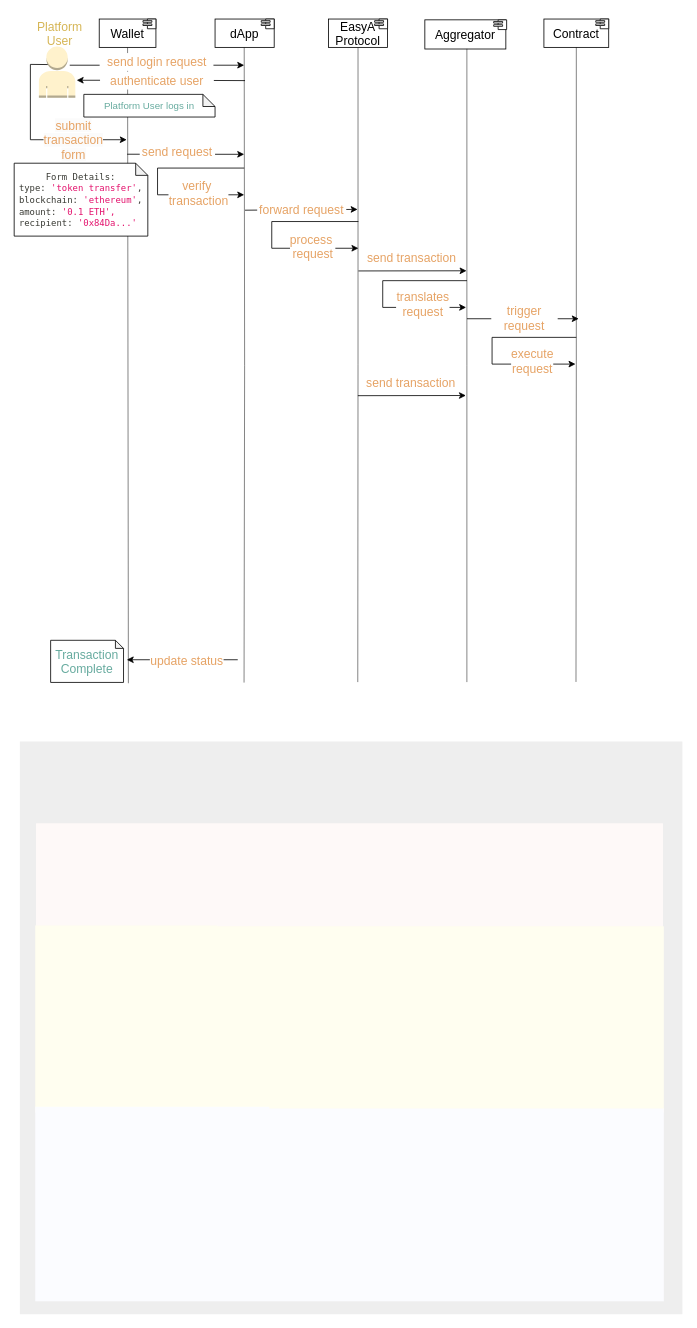
The draw.io diagram page "tnx" (5 of 6) of assets/easy-a-mechanism.drawio.drawio in dlt-science/EasyA-Whitepaper, before the edit. Source tidied: cells renumbered, new cells numbered last; positions are measured from the earlier drawing's top-left corner, leaving out a move shared by most shapes. Both pictures are drawn from the tidied source at 81%, with x=0, y=0 at pixel (14, 14).
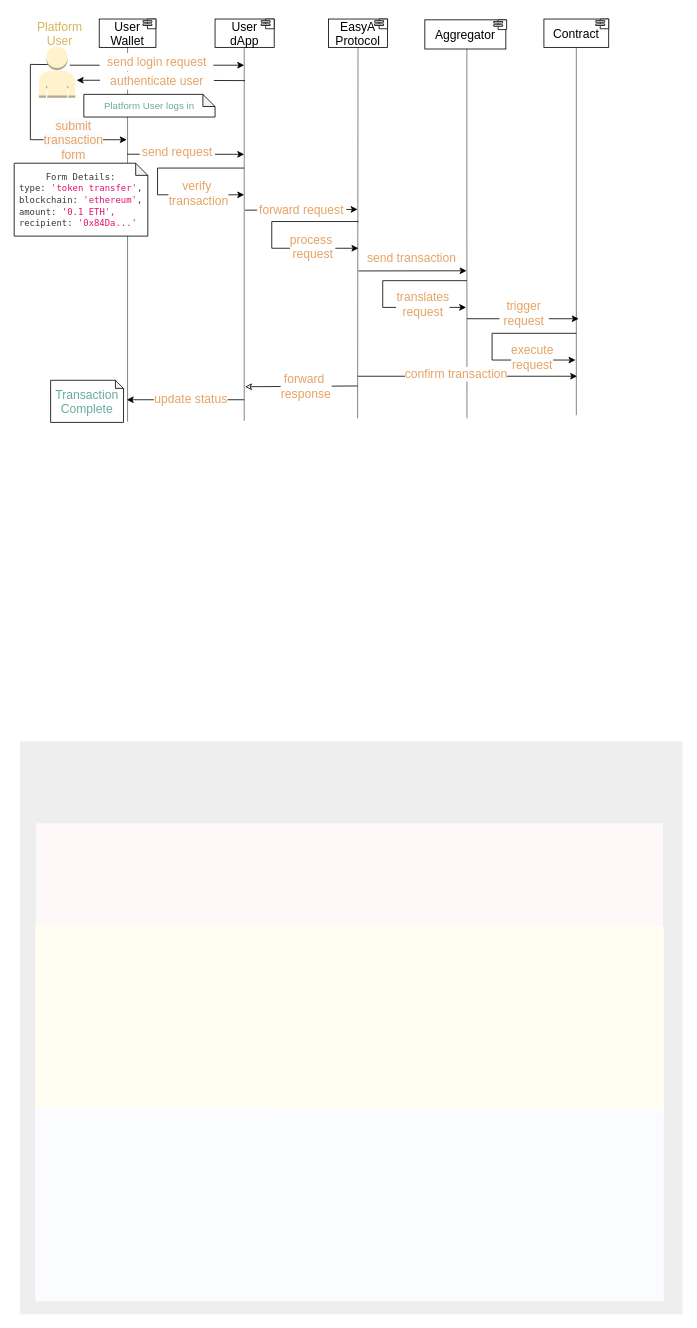
Above is the later version.

The change refers to these unchanged cells:
```xml
<mxCell id="2" value="&lt;div&gt;&lt;span style=&quot;font-size: 15px;&quot;&gt;Aggregator&lt;/span&gt;&lt;/div&gt;" style="rounded=0;whiteSpace=wrap;html=1;" parent="1" vertex="1">
  <mxGeometry x="507" y="7" width="100" height="36" as="geometry" />
</mxCell>
<mxCell id="3" value="&lt;span style=&quot;font-size: 15px;&quot;&gt;Contract&lt;/span&gt;" style="rounded=0;whiteSpace=wrap;html=1;" parent="1" vertex="1">
  <mxGeometry x="654" y="6" width="80" height="35" as="geometry" />
</mxCell>
<mxCell id="27" value="&lt;span style=&quot;font-size: 15px;&quot;&gt;EasyA&lt;/span&gt;&lt;div&gt;&lt;span style=&quot;font-size: 15px;&quot;&gt;Protocol&lt;/span&gt;&lt;/div&gt;" style="rounded=0;whiteSpace=wrap;html=1;" parent="1" vertex="1">
  <mxGeometry x="388" y="6" width="73" height="35" as="geometry" />
</mxCell>
```

Diff of the diagram source:
```diff
@@
-    <mxCell id="4" value="&lt;font style=&quot;font-size: 15px;&quot;&gt;dApp&lt;/font&gt;" style="rounded=0;whiteSpace=wrap;html=1;" parent="1" vertex="1">
+    <mxCell id="4" value="&lt;div&gt;&lt;font style=&quot;font-size: 15px;&quot;&gt;User&lt;/font&gt;&lt;/div&gt;&lt;font style=&quot;font-size: 15px;&quot;&gt;dApp&lt;/font&gt;" style="rounded=0;whiteSpace=wrap;html=1;" parent="1" vertex="1">
       <mxGeometry x="248" y="6" width="73" height="35" as="geometry" />
     </mxCell>
     <mxCell id="5" style="edgeStyle=orthogonalEdgeStyle;rounded=0;jettySize=auto;html=1;endArrow=none;endFill=0;strokeWidth=0.6;exitX=0.5;exitY=1;exitDx=0;exitDy=0;" parent="1" edge="1" source="6">
       <mxGeometry relative="1" as="geometry">
-        <mxPoint x="141" y="826" as="targetPoint" />
+        <mxPoint x="140" y="503" as="targetPoint" />
         <Array as="points">
-          <mxPoint x="140" y="826" />
+          <mxPoint x="140" y="503" />
         </Array>
       </mxGeometry>
     </mxCell>
-    <mxCell id="6" value="&lt;font style=&quot;font-size: 15px;&quot;&gt;Wallet&lt;/font&gt;" style="rounded=0;whiteSpace=wrap;html=1;" parent="1" vertex="1">
+    <mxCell id="6" value="&lt;div&gt;&lt;font style=&quot;font-size: 15px;&quot;&gt;User&lt;/font&gt;&lt;/div&gt;&lt;font style=&quot;font-size: 15px;&quot;&gt;Wallet&lt;/font&gt;" style="rounded=0;whiteSpace=wrap;html=1;" parent="1" vertex="1">
       <mxGeometry x="105" y="6" width="70" height="35" as="geometry" />
     </mxCell>
-    <mxCell id="7" style="edgeStyle=orthogonalEdgeStyle;rounded=0;orthogonalLoop=1;jettySize=auto;html=1;endArrow=none;endFill=0;strokeWidth=0.6;entryX=0.2;entryY=0.004;entryDx=0;entryDy=0;entryPerimeter=0;" parent="1" edge="1">
+    <mxCell id="7" style="edgeStyle=orthogonalEdgeStyle;rounded=0;orthogonalLoop=1;jettySize=auto;html=1;endArrow=none;endFill=0;strokeWidth=0.6;" parent="1" edge="1">
       <mxGeometry relative="1" as="geometry">
         <mxPoint x="284" y="41" as="sourcePoint" />
-        <mxPoint x="283.8" y="825.2" as="targetPoint" />
+        <mxPoint x="284" y="502" as="targetPoint" />
       </mxGeometry>
     </mxCell>
-    <mxCell id="8" style="edgeStyle=orthogonalEdgeStyle;rounded=0;jettySize=auto;html=1;exitX=0.5;exitY=1;exitDx=0;exitDy=0;endArrow=none;endFill=0;strokeWidth=0.6;entryX=0.398;entryY=-0.006;entryDx=0;entryDy=0;entryPerimeter=0;" parent="1" edge="1" source="27">
+    <mxCell id="8" style="edgeStyle=orthogonalEdgeStyle;rounded=0;jettySize=auto;html=1;exitX=0.5;exitY=1;exitDx=0;exitDy=0;endArrow=none;endFill=0;strokeWidth=0.6;" parent="1" edge="1" source="27">
       <mxGeometry relative="1" as="geometry">
-        <mxPoint x="424.2" y="824.6" as="targetPoint" />
+        <mxPoint x="424" y="499" as="targetPoint" />
       </mxGeometry>
     </mxCell>
-    <mxCell id="9" style="edgeStyle=orthogonalEdgeStyle;rounded=0;jettySize=auto;html=1;endArrow=none;endFill=0;exitX=0.519;exitY=0.994;exitDx=0;exitDy=0;exitPerimeter=0;strokeWidth=0.6;entryX=0.588;entryY=-0.006;entryDx=0;entryDy=0;entryPerimeter=0;" parent="1" edge="1" source="2">
+    <mxCell id="9" style="edgeStyle=orthogonalEdgeStyle;rounded=0;jettySize=auto;html=1;endArrow=none;endFill=0;exitX=0.519;exitY=0.994;exitDx=0;exitDy=0;exitPerimeter=0;strokeWidth=0.6;" parent="1" edge="1" source="2">
       <mxGeometry relative="1" as="geometry">
-        <mxPoint x="558.9" y="824.6" as="targetPoint" />
+        <mxPoint x="559" y="499" as="targetPoint" />
       </mxGeometry>
     </mxCell>
-    <mxCell id="10" style="edgeStyle=orthogonalEdgeStyle;rounded=0;jettySize=auto;html=1;endArrow=none;endFill=0;exitX=0.5;exitY=1;exitDx=0;exitDy=0;strokeWidth=0.6;entryX=0.778;entryY=-0.01;entryDx=0;entryDy=0;entryPerimeter=0;" parent="1" edge="1" source="3">
+    <mxCell id="10" style="edgeStyle=orthogonalEdgeStyle;rounded=0;jettySize=auto;html=1;endArrow=none;endFill=0;exitX=0.5;exitY=1;exitDx=0;exitDy=0;strokeWidth=0.6;" parent="1" edge="1" source="3">
       <mxGeometry relative="1" as="geometry">
-        <mxPoint x="693.6" y="824.4" as="targetPoint" />
+        <mxPoint x="694" y="495" as="targetPoint" />
       </mxGeometry>
     </mxCell>
@@
-    <mxCell id="12" style="edgeStyle=orthogonalEdgeStyle;rounded=0;orthogonalLoop=1;jettySize=auto;html=1;exitX=0;exitY=1;exitDx=0;exitDy=0;entryX=1;entryY=0.5;entryDx=0;entryDy=0;strokeColor=#000000;" parent="1" edge="1">
+    <mxCell id="12" style="edgeStyle=orthogonalEdgeStyle;rounded=0;orthogonalLoop=1;jettySize=auto;html=1;entryX=1;entryY=0.5;entryDx=0;entryDy=0;strokeColor=#000000;" parent="1" edge="1">
       <mxGeometry relative="1" as="geometry">
-        <mxPoint x="276" y="797" as="sourcePoint" />
-        <mxPoint x="139" y="797" as="targetPoint" />
+        <mxPoint x="284" y="476" as="sourcePoint" />
+        <mxPoint x="139" y="476" as="targetPoint" />
         <Array as="points">
-          <mxPoint x="236" y="797" />
-          <mxPoint x="236" y="797" />
+          <mxPoint x="236" y="476" />
+          <mxPoint x="236" y="476" />
         </Array>
       </mxGeometry>
     </mxCell>
     <mxCell id="13" value="&lt;font style=&quot;color: rgb(230, 163, 101); text-wrap-mode: wrap; font-size: 15px;&quot;&gt;update&amp;nbsp;&lt;/font&gt;&lt;span style=&quot;color: rgb(230, 163, 101); text-wrap-mode: wrap; font-size: 15px;&quot;&gt;status&lt;/span&gt;" style="edgeLabel;html=1;align=center;verticalAlign=middle;" parent="12" vertex="1">
-      <mxGeometry x="-0.07" relative="1" as="geometry" />
+      <mxGeometry x="-0.07" relative="1" as="geometry">
+        <mxPoint y="-2" as="offset" />
+      </mxGeometry>
     </mxCell>
@@
     <mxCell id="29" value="&lt;span style=&quot;font-size: 15px;&quot;&gt;&lt;font color=&quot;#67ab9f&quot;&gt;Transaction&lt;/font&gt;&lt;/span&gt;&lt;div&gt;&lt;span style=&quot;font-size: 15px;&quot;&gt;&lt;font color=&quot;#67ab9f&quot;&gt;Complete&lt;/font&gt;&lt;/span&gt;&lt;/div&gt;" style="shape=note;whiteSpace=wrap;html=1;backgroundOutline=1;darkOpacity=0.05;size=10;" parent="1" vertex="1">
-      <mxGeometry x="45" y="773" width="90" height="52" as="geometry" />
+      <mxGeometry x="45" y="452" width="90" height="52" as="geometry" />
     </mxCell>
@@
     <mxCell id="31" value="&lt;span style=&quot;color: rgb(230, 163, 101); font-size: 15px;&quot;&gt;trigger request&lt;/span&gt;" style="rounded=0;whiteSpace=wrap;html=1;strokeColor=none;" parent="1" vertex="1">
-      <mxGeometry x="589" y="364" width="82" height="22" as="geometry" />
+      <mxGeometry x="599" y="358" width="61" height="22" as="geometry" />
     </mxCell>
@@
     <mxCell id="48" style="edgeStyle=orthogonalEdgeStyle;rounded=0;orthogonalLoop=1;jettySize=auto;html=1;strokeColor=#000000;" parent="1" edge="1">
       <mxGeometry relative="1" as="geometry">
-        <mxPoint x="694" y="399" as="sourcePoint" />
-        <mxPoint x="693" y="432" as="targetPoint" />
+        <mxPoint x="694" y="394" as="sourcePoint" />
+        <mxPoint x="693" y="427" as="targetPoint" />
         <Array as="points">
-          <mxPoint x="590" y="399" />
-          <mxPoint x="590" y="432" />
+          <mxPoint x="590" y="394" />
+          <mxPoint x="590" y="427" />
         </Array>
       </mxGeometry>
     </mxCell>
     <mxCell id="49" value="&lt;div&gt;&lt;font color=&quot;#e6a365&quot;&gt;&lt;span style=&quot;font-size: 15px;&quot;&gt;execute&lt;/span&gt;&lt;/font&gt;&lt;/div&gt;&lt;div&gt;&lt;font color=&quot;#e6a365&quot;&gt;&lt;span style=&quot;font-size: 15px;&quot;&gt;request&lt;/span&gt;&lt;/font&gt;&lt;/div&gt;" style="text;html=1;align=center;verticalAlign=middle;whiteSpace=wrap;rounded=0;labelBackgroundColor=default;" parent="1" vertex="1">
-      <mxGeometry x="587" y="413" width="106" height="30" as="geometry" />
+      <mxGeometry x="587" y="408" width="106" height="30" as="geometry" />
     </mxCell>
-    <mxCell id="50" style="endArrow=classic;html=1;rounded=0;strokeColor=#000000;entryX=0.998;entryY=-0.003;entryDx=0;entryDy=0;entryPerimeter=0;" parent="1" edge="1">
+    <mxCell id="50" style="endArrow=classic;html=1;rounded=0;strokeColor=#000000;" parent="1" edge="1">
       <mxGeometry relative="1" as="geometry">
-        <mxPoint x="424.3" y="471" as="sourcePoint" />
-        <mxPoint x="557.7" y="470.8" as="targetPoint" />
+        <mxPoint x="424.3" y="447" as="sourcePoint" />
+        <mxPoint x="695" y="447" as="targetPoint" />
       </mxGeometry>
     </mxCell>
-    <mxCell id="51" value="&lt;font color=&quot;#e6a365&quot; style=&quot;font-size: 15px;&quot;&gt;send transaction&lt;/font&gt;" style="text;html=1;align=center;verticalAlign=middle;whiteSpace=wrap;rounded=0;labelBackgroundColor=default;" parent="1" vertex="1">
-      <mxGeometry x="430.3" y="440" width="120" height="30" as="geometry" />
+    <mxCell id="51" value="&lt;font color=&quot;#e6a365&quot; style=&quot;font-size: 15px;&quot;&gt;confirm transaction&lt;/font&gt;" style="text;html=1;align=center;verticalAlign=middle;whiteSpace=wrap;rounded=0;labelBackgroundColor=default;" parent="1" vertex="1">
+      <mxGeometry x="473" y="429" width="146" height="30" as="geometry" />
     </mxCell>
+    <mxCell id="52" style="endArrow=none;html=1;rounded=0;strokeColor=#000000;startArrow=classic;startFill=0;" parent="1" edge="1">
+      <mxGeometry relative="1" as="geometry">
+        <mxPoint x="285" y="460" as="sourcePoint" />
+        <mxPoint x="424" y="459" as="targetPoint" />
+      </mxGeometry>
+    </mxCell>
+    <mxCell id="53" value="&lt;span style=&quot;color: rgb(230, 163, 101); font-size: 15px;&quot;&gt;forward&amp;nbsp;&lt;/span&gt;&lt;div&gt;&lt;span style=&quot;color: rgb(230, 163, 101); font-size: 15px;&quot;&gt;response&lt;/span&gt;&lt;/div&gt;" style="rounded=0;whiteSpace=wrap;html=1;strokeColor=none;" parent="1" vertex="1">
+      <mxGeometry x="329" y="453" width="63" height="11" as="geometry" />
+    </mxCell>
```
